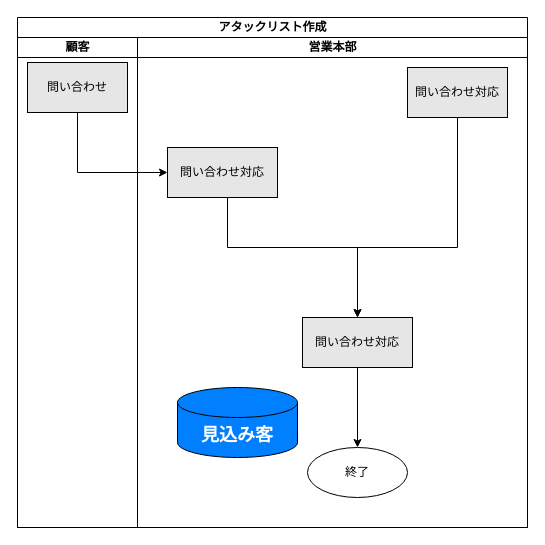
The draw.io diagram page "アタックリスト作成" (2 of 6) of 20230622To-Be業務フロー図.drawio in TaikiHorita/TaikiRepository, before the edit. Source tidied: cells renumbered, new cells numbered last; positions are measured from the earlier drawing's top-left corner, leaving out a move shared by most shapes. Both pictures are drawn from the tidied source at 100%, with x=0, y=0 at pixel (17, 17).
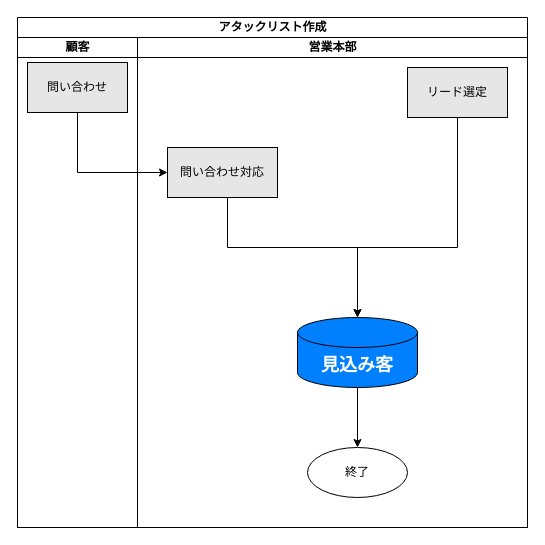
The same diagram, later.

Diff of the diagram source:
```diff
@@
 <mxGraphModel>
   <root>
     <mxCell id="0" />
     <mxCell id="1" parent="0" />
     <mxCell id="2" value="アタックリスト作成" style="swimlane;startSize=20;html=1;" parent="1" vertex="1">
       <mxGeometry width="510" height="510" as="geometry" />
     </mxCell>
     <mxCell id="3" value="顧客" style="swimlane;startSize=20;html=1;" parent="2" vertex="1">
       <mxGeometry y="20" width="120" height="490" as="geometry" />
     </mxCell>
     <mxCell id="4" value="問い合わせ" style="rounded=0;whiteSpace=wrap;html=1;fillColor=#E6E6E6;" parent="3" vertex="1">
       <mxGeometry x="10" y="25" width="100" height="50" as="geometry" />
     </mxCell>
     <mxCell id="5" value="営業本部" style="swimlane;startSize=20;html=1;" parent="2" vertex="1">
       <mxGeometry x="120" y="20" width="390" height="490" as="geometry" />
     </mxCell>
-    <mxCell id="6" style="edgeStyle=orthogonalEdgeStyle;rounded=0;jettySize=auto;html=1;exitX=0.5;exitY=1;exitDx=0;exitDy=0;entryX=0.5;entryY=0;entryDx=0;entryDy=0;" parent="5" edge="1" source="7" target="13">
+    <mxCell id="6" style="edgeStyle=orthogonalEdgeStyle;rounded=0;jettySize=auto;html=1;exitX=0.5;exitY=1;exitDx=0;exitDy=0;entryX=0.5;entryY=0;entryDx=0;entryDy=0;entryPerimeter=0;" parent="5" edge="1" source="7" target="9">
       <mxGeometry relative="1" as="geometry">
         <Array as="points">
-          <mxPoint x="90" y="160" />
           <mxPoint x="90" y="210" />
           <mxPoint x="220" y="210" />
         </Array>
       </mxGeometry>
     </mxCell>
     <mxCell id="7" value="問い合わせ対応" style="rounded=0;whiteSpace=wrap;html=1;fillColor=#E6E6E6;" parent="5" vertex="1">
       <mxGeometry x="30" y="110" width="110" height="50" as="geometry" />
     </mxCell>
-    <mxCell id="8" style="edgeStyle=orthogonalEdgeStyle;rounded=0;jettySize=auto;html=1;exitX=0.5;exitY=1;exitDx=0;exitDy=0;entryX=0.5;entryY=0;entryDx=0;entryDy=0;" parent="5" edge="1" source="13" target="10">
+    <mxCell id="8" style="edgeStyle=orthogonalEdgeStyle;rounded=0;jettySize=auto;html=1;exitX=0.5;exitY=1;exitDx=0;exitDy=0;exitPerimeter=0;entryX=0.5;entryY=0;entryDx=0;entryDy=0;" parent="5" edge="1" source="9" target="10">
       <mxGeometry relative="1" as="geometry" />
     </mxCell>
     <mxCell id="9" value="&lt;font color=&quot;#ffffff&quot;&gt;&lt;span style=&quot;font-size: 18px;&quot;&gt;&lt;b&gt;見込み客&lt;/b&gt;&lt;/span&gt;&lt;/font&gt;" style="shape=cylinder3;whiteSpace=wrap;html=1;boundedLbl=1;backgroundOutline=1;size=15;fillColor=#007FFF;" parent="5" vertex="1">
-      <mxGeometry x="40" y="350" width="120" height="70" as="geometry" />
+      <mxGeometry x="160" y="280" width="120" height="70" as="geometry" />
     </mxCell>
     <mxCell id="10" value="終了" style="ellipse;whiteSpace=wrap;html=1;" parent="5" vertex="1">
       <mxGeometry x="170" y="410" width="100" height="50" as="geometry" />
     </mxCell>
-    <mxCell id="11" style="edgeStyle=orthogonalEdgeStyle;rounded=0;jettySize=auto;html=1;exitX=0.5;exitY=1;exitDx=0;exitDy=0;entryX=0.5;entryY=0;entryDx=0;entryDy=0;" parent="5" edge="1" source="12" target="13">
+    <mxCell id="11" style="edgeStyle=orthogonalEdgeStyle;rounded=0;jettySize=auto;html=1;exitX=0.5;exitY=1;exitDx=0;exitDy=0;entryX=0.5;entryY=0;entryDx=0;entryDy=0;entryPerimeter=0;" parent="5" edge="1" source="12" target="9">
       <mxGeometry relative="1" as="geometry">
         <Array as="points">
           <mxPoint x="320" y="210" />
           <mxPoint x="220" y="210" />
         </Array>
       </mxGeometry>
     </mxCell>
-    <mxCell id="12" value="問い合わせ対応" style="rounded=0;whiteSpace=wrap;html=1;fillColor=#E6E6E6;" parent="5" vertex="1">
+    <mxCell id="12" value="リード選定" style="rounded=0;whiteSpace=wrap;html=1;fillColor=#E6E6E6;" parent="5" vertex="1">
       <mxGeometry x="270" y="30" width="100" height="50" as="geometry" />
     </mxCell>
-    <mxCell id="13" value="問い合わせ対応" style="rounded=0;whiteSpace=wrap;html=1;fillColor=#E6E6E6;" parent="5" vertex="1">
-      <mxGeometry x="165" y="280" width="110" height="50" as="geometry" />
-    </mxCell>
     <mxCell id="14" style="edgeStyle=orthogonalEdgeStyle;rounded=0;jettySize=auto;html=1;exitX=0.5;exitY=1;exitDx=0;exitDy=0;entryX=0;entryY=0.5;entryDx=0;entryDy=0;" parent="2" edge="1" source="4" target="7">
       <mxGeometry relative="1" as="geometry" />
     </mxCell>
   </root>
 </mxGraphModel>
```
